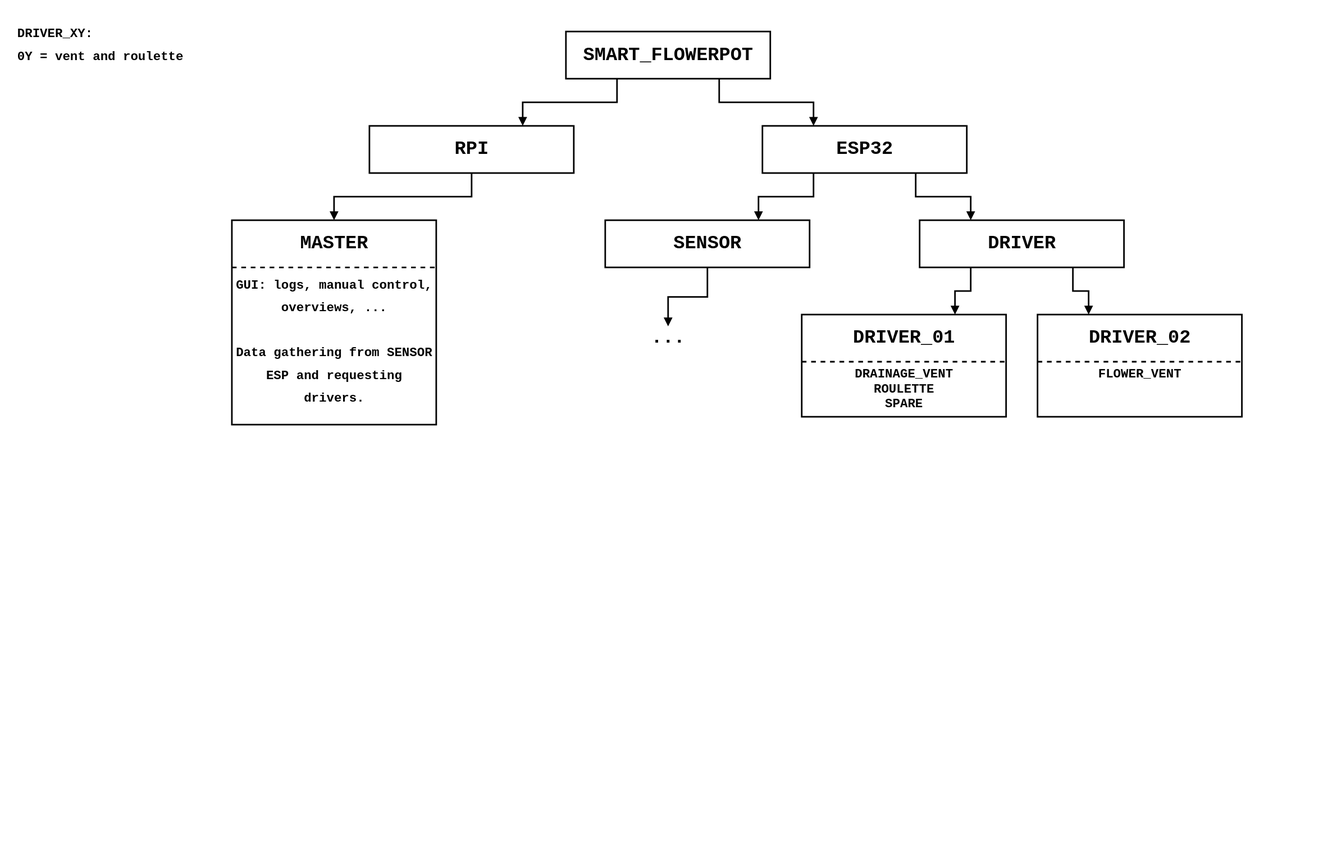
Above: docs/schematics/smartflowerpot_controllers_overview.drawio.svg in warezoid/smart_flowerpot (draw.io), before the change. Source tidied: cells renumbered, new cells last; positions are measured from the earlier drawing's top-left corner, leaving out a move shared by most shapes. The source it was exported from:
```xml
<mxGraphModel>
  <root>
    <mxCell id="0" />
    <mxCell id="1" parent="0" />
    <mxCell id="2" style="rounded=0;whiteSpace=wrap;html=1;fillColor=light-dark(#FFFFFF,#FFFFFF);strokeColor=none;" parent="1" vertex="1">
      <mxGeometry width="1700" height="1100" as="geometry" />
    </mxCell>
    <mxCell id="3" style="edgeStyle=orthogonalEdgeStyle;rounded=0;jettySize=auto;html=1;exitX=0.25;exitY=1;exitDx=0;exitDy=0;entryX=0.75;entryY=0;entryDx=0;entryDy=0;strokeColor=light-dark(#000000,#000000);strokeWidth=2;endArrow=block;endFill=1;" parent="1" edge="1" source="5" target="8">
      <mxGeometry relative="1" as="geometry" />
    </mxCell>
    <mxCell id="4" style="edgeStyle=orthogonalEdgeStyle;rounded=0;jettySize=auto;html=1;exitX=0.75;exitY=1;exitDx=0;exitDy=0;entryX=0.25;entryY=0;entryDx=0;entryDy=0;strokeColor=light-dark(#000000,#000000);strokeWidth=2;endArrow=block;endFill=1;" parent="1" edge="1" source="5" target="12">
      <mxGeometry relative="1" as="geometry" />
    </mxCell>
    <mxCell id="5" style="rounded=0;whiteSpace=wrap;html=1;fillColor=none;strokeColor=light-dark(#000000,#000000);strokeWidth=2;" parent="1" vertex="1">
      <mxGeometry x="720" y="40" width="260" height="60" as="geometry" />
    </mxCell>
    <mxCell id="6" value="SMART_FLOWERPOT" style="text;html=1;whiteSpace=wrap;strokeColor=none;fillColor=none;align=center;verticalAlign=middle;rounded=0;fontColor=light-dark(#000000,#000000);fontFamily=Courier New;fontSize=24;fontStyle=1;" parent="1" vertex="1">
      <mxGeometry x="735" y="55" width="230" height="30" as="geometry" />
    </mxCell>
    <mxCell id="7" style="edgeStyle=orthogonalEdgeStyle;rounded=0;jettySize=auto;html=1;exitX=0.5;exitY=1;exitDx=0;exitDy=0;entryX=0.5;entryY=0;entryDx=0;entryDy=0;endArrow=block;endFill=1;strokeWidth=2;strokeColor=light-dark(#000000,#000000);" parent="1" edge="1" source="8" target="14">
      <mxGeometry relative="1" as="geometry" />
    </mxCell>
    <mxCell id="8" style="rounded=0;whiteSpace=wrap;html=1;fillColor=none;strokeColor=light-dark(#000000,#000000);strokeWidth=2;" parent="1" vertex="1">
      <mxGeometry x="470" y="160" width="260" height="60" as="geometry" />
    </mxCell>
    <mxCell id="9" value="RPI" style="text;html=1;whiteSpace=wrap;strokeColor=none;fillColor=none;align=center;verticalAlign=middle;rounded=0;fontColor=light-dark(#000000,#000000);fontFamily=Courier New;fontSize=24;fontStyle=1;" parent="1" vertex="1">
      <mxGeometry x="485" y="175" width="230" height="30" as="geometry" />
    </mxCell>
    <mxCell id="10" style="edgeStyle=orthogonalEdgeStyle;rounded=0;jettySize=auto;html=1;exitX=0.25;exitY=1;exitDx=0;exitDy=0;entryX=0.75;entryY=0;entryDx=0;entryDy=0;strokeColor=light-dark(#000000,#000000);strokeWidth=2;endArrow=block;endFill=1;" parent="1" edge="1" source="12" target="19">
      <mxGeometry relative="1" as="geometry" />
    </mxCell>
    <mxCell id="11" style="edgeStyle=orthogonalEdgeStyle;rounded=0;jettySize=auto;html=1;exitX=0.75;exitY=1;exitDx=0;exitDy=0;entryX=0.25;entryY=0;entryDx=0;entryDy=0;strokeColor=light-dark(#000000,#000000);strokeWidth=2;endArrow=block;endFill=1;" parent="1" edge="1" source="12" target="23">
      <mxGeometry relative="1" as="geometry" />
    </mxCell>
    <mxCell id="12" style="rounded=0;whiteSpace=wrap;html=1;fillColor=none;strokeColor=light-dark(#000000,#000000);strokeWidth=2;" parent="1" vertex="1">
      <mxGeometry x="970" y="160" width="260" height="60" as="geometry" />
    </mxCell>
    <mxCell id="13" value="ESP32" style="text;html=1;whiteSpace=wrap;strokeColor=none;fillColor=none;align=center;verticalAlign=middle;rounded=0;fontColor=light-dark(#000000,#000000);fontFamily=Courier New;fontSize=24;fontStyle=1;" parent="1" vertex="1">
      <mxGeometry x="985" y="175" width="230" height="30" as="geometry" />
    </mxCell>
    <mxCell id="14" style="rounded=0;whiteSpace=wrap;html=1;fillColor=none;strokeColor=light-dark(#000000,#000000);strokeWidth=2;" parent="1" vertex="1">
      <mxGeometry x="295" y="280" width="260" height="260" as="geometry" />
    </mxCell>
    <mxCell id="15" value="MASTER" style="text;html=1;whiteSpace=wrap;strokeColor=none;fillColor=none;align=center;verticalAlign=middle;rounded=0;fontColor=light-dark(#000000,#000000);fontFamily=Courier New;fontSize=24;fontStyle=1;" parent="1" vertex="1">
      <mxGeometry x="310" y="295" width="230" height="30" as="geometry" />
    </mxCell>
    <mxCell id="16" value="&lt;div&gt;&lt;font style=&quot;font-size: 16px;&quot;&gt;GUI: logs, manual control, overviews, ...&lt;/font&gt;&lt;/div&gt;&lt;div&gt;&lt;font style=&quot;font-size: 16px;&quot;&gt;&lt;br&gt;&lt;/font&gt;&lt;/div&gt;&lt;div&gt;&lt;font style=&quot;font-size: 16px;&quot;&gt;Data gathering from SENSOR ESP and requesting drivers.&lt;/font&gt;&lt;/div&gt;" style="text;html=1;whiteSpace=wrap;strokeColor=none;fillColor=none;align=center;verticalAlign=top;rounded=0;fontColor=light-dark(#000000,#000000);fontFamily=Courier New;fontSize=24;fontStyle=1;" parent="1" vertex="1">
      <mxGeometry x="295" y="340" width="260" height="200" as="geometry" />
    </mxCell>
    <mxCell id="17" style="endArrow=none;html=1;rounded=0;entryX=1;entryY=0;entryDx=0;entryDy=0;exitX=0;exitY=0;exitDx=0;exitDy=0;strokeWidth=2;strokeColor=light-dark(#000000,#000000);dashed=1;" parent="1" edge="1" source="16" target="16">
      <mxGeometry relative="1" as="geometry" />
    </mxCell>
    <mxCell id="18" style="edgeStyle=orthogonalEdgeStyle;rounded=0;jettySize=auto;html=1;exitX=0.5;exitY=1;exitDx=0;exitDy=0;entryX=0.5;entryY=0;entryDx=0;entryDy=0;endArrow=block;endFill=1;strokeColor=light-dark(#000000,#000000);strokeWidth=2;" parent="1" edge="1" source="19" target="25">
      <mxGeometry relative="1" as="geometry" />
    </mxCell>
    <mxCell id="19" style="rounded=0;whiteSpace=wrap;html=1;fillColor=none;strokeColor=light-dark(#000000,#000000);strokeWidth=2;" parent="1" vertex="1">
      <mxGeometry x="770" y="280" width="260" height="60" as="geometry" />
    </mxCell>
    <mxCell id="20" value="SENSOR" style="text;html=1;whiteSpace=wrap;strokeColor=none;fillColor=none;align=center;verticalAlign=middle;rounded=0;fontColor=light-dark(#000000,#000000);fontFamily=Courier New;fontSize=24;fontStyle=1;" parent="1" vertex="1">
      <mxGeometry x="785" y="295" width="230" height="30" as="geometry" />
    </mxCell>
    <mxCell id="21" style="edgeStyle=orthogonalEdgeStyle;rounded=0;jettySize=auto;html=1;exitX=0.25;exitY=1;exitDx=0;exitDy=0;entryX=0.75;entryY=0;entryDx=0;entryDy=0;strokeColor=light-dark(#000000,#000000);strokeWidth=2;endArrow=block;endFill=1;" parent="1" edge="1" source="23" target="26">
      <mxGeometry relative="1" as="geometry" />
    </mxCell>
    <mxCell id="22" style="edgeStyle=orthogonalEdgeStyle;rounded=0;jettySize=auto;html=1;exitX=0.75;exitY=1;exitDx=0;exitDy=0;entryX=0.25;entryY=0;entryDx=0;entryDy=0;strokeWidth=2;strokeColor=light-dark(#000000,#000000);endArrow=block;endFill=1;" parent="1" edge="1" source="23" target="30">
      <mxGeometry relative="1" as="geometry" />
    </mxCell>
    <mxCell id="23" style="rounded=0;whiteSpace=wrap;html=1;fillColor=none;strokeColor=light-dark(#000000,#000000);strokeWidth=2;" parent="1" vertex="1">
      <mxGeometry x="1170" y="280" width="260" height="60" as="geometry" />
    </mxCell>
    <mxCell id="24" value="DRIVER" style="text;html=1;whiteSpace=wrap;strokeColor=none;fillColor=none;align=center;verticalAlign=middle;rounded=0;fontColor=light-dark(#000000,#000000);fontFamily=Courier New;fontSize=24;fontStyle=1;" parent="1" vertex="1">
      <mxGeometry x="1185" y="295" width="230" height="30" as="geometry" />
    </mxCell>
    <mxCell id="25" value="..." style="text;html=1;whiteSpace=wrap;strokeColor=none;fillColor=none;align=center;verticalAlign=middle;rounded=0;fontColor=light-dark(#000000,#000000);fontFamily=Courier New;fontSize=24;fontStyle=1;" parent="1" vertex="1">
      <mxGeometry x="735" y="415" width="230" height="30" as="geometry" />
    </mxCell>
    <mxCell id="26" style="rounded=0;whiteSpace=wrap;html=1;fillColor=none;strokeColor=light-dark(#000000,#000000);strokeWidth=2;" parent="1" vertex="1">
      <mxGeometry x="1020" y="400" width="260" height="130" as="geometry" />
    </mxCell>
    <mxCell id="27" value="DRIVER_01" style="text;html=1;whiteSpace=wrap;strokeColor=none;fillColor=none;align=center;verticalAlign=middle;rounded=0;fontColor=light-dark(#000000,#000000);fontFamily=Courier New;fontSize=24;fontStyle=1;" parent="1" vertex="1">
      <mxGeometry x="1035" y="415" width="230" height="30" as="geometry" />
    </mxCell>
    <mxCell id="28" value="&lt;div&gt;DRAINAGE_VENT&lt;/div&gt;&lt;div&gt;ROULETTE&lt;/div&gt;&lt;div&gt;SPARE&lt;/div&gt;" style="text;html=1;whiteSpace=wrap;strokeColor=none;fillColor=none;align=center;verticalAlign=top;rounded=0;fontColor=light-dark(#000000,#000000);fontFamily=Courier New;fontSize=16;fontStyle=1;" parent="1" vertex="1">
      <mxGeometry x="1020" y="460" width="260" height="70" as="geometry" />
    </mxCell>
    <mxCell id="29" style="endArrow=none;html=1;rounded=0;entryX=1;entryY=0;entryDx=0;entryDy=0;exitX=0;exitY=0;exitDx=0;exitDy=0;strokeWidth=2;strokeColor=light-dark(#000000,#000000);dashed=1;" parent="1" edge="1" source="28" target="28">
      <mxGeometry relative="1" as="geometry" />
    </mxCell>
    <mxCell id="30" style="rounded=0;whiteSpace=wrap;html=1;fillColor=none;strokeColor=light-dark(#000000,#000000);strokeWidth=2;" parent="1" vertex="1">
      <mxGeometry x="1320" y="400" width="260" height="130" as="geometry" />
    </mxCell>
    <mxCell id="31" value="DRIVER_02" style="text;html=1;whiteSpace=wrap;strokeColor=none;fillColor=none;align=center;verticalAlign=middle;rounded=0;fontColor=light-dark(#000000,#000000);fontFamily=Courier New;fontSize=24;fontStyle=1;" parent="1" vertex="1">
      <mxGeometry x="1335" y="415" width="230" height="30" as="geometry" />
    </mxCell>
    <mxCell id="32" value="&lt;div&gt;FLOWER_VENT&lt;/div&gt;" style="text;html=1;whiteSpace=wrap;strokeColor=none;fillColor=none;align=center;verticalAlign=top;rounded=0;fontColor=light-dark(#000000,#000000);fontFamily=Courier New;fontSize=16;fontStyle=1;" parent="1" vertex="1">
      <mxGeometry x="1320" y="460" width="260" height="70" as="geometry" />
    </mxCell>
    <mxCell id="33" style="endArrow=none;html=1;rounded=0;entryX=1;entryY=0;entryDx=0;entryDy=0;exitX=0;exitY=0;exitDx=0;exitDy=0;strokeWidth=2;strokeColor=light-dark(#000000,#000000);dashed=1;" parent="1" edge="1" source="32" target="32">
      <mxGeometry relative="1" as="geometry" />
    </mxCell>
    <mxCell id="34" value="&lt;div align=&quot;left&quot;&gt;&lt;font style=&quot;font-size: 16px;&quot;&gt;DRIVER_XY:&lt;/font&gt;&lt;/div&gt;&lt;div align=&quot;left&quot;&gt;&lt;font style=&quot;font-size: 16px;&quot;&gt;0Y = vent and roulette&lt;/font&gt;&lt;/div&gt;" style="text;html=1;whiteSpace=wrap;strokeColor=none;fillColor=none;align=left;verticalAlign=top;rounded=0;fontColor=light-dark(#000000,#000000);fontFamily=Courier New;fontSize=24;fontStyle=1;" parent="1" vertex="1">
      <mxGeometry x="20" y="20" width="420" height="200" as="geometry" />
    </mxCell>
  </root>
</mxGraphModel>
```
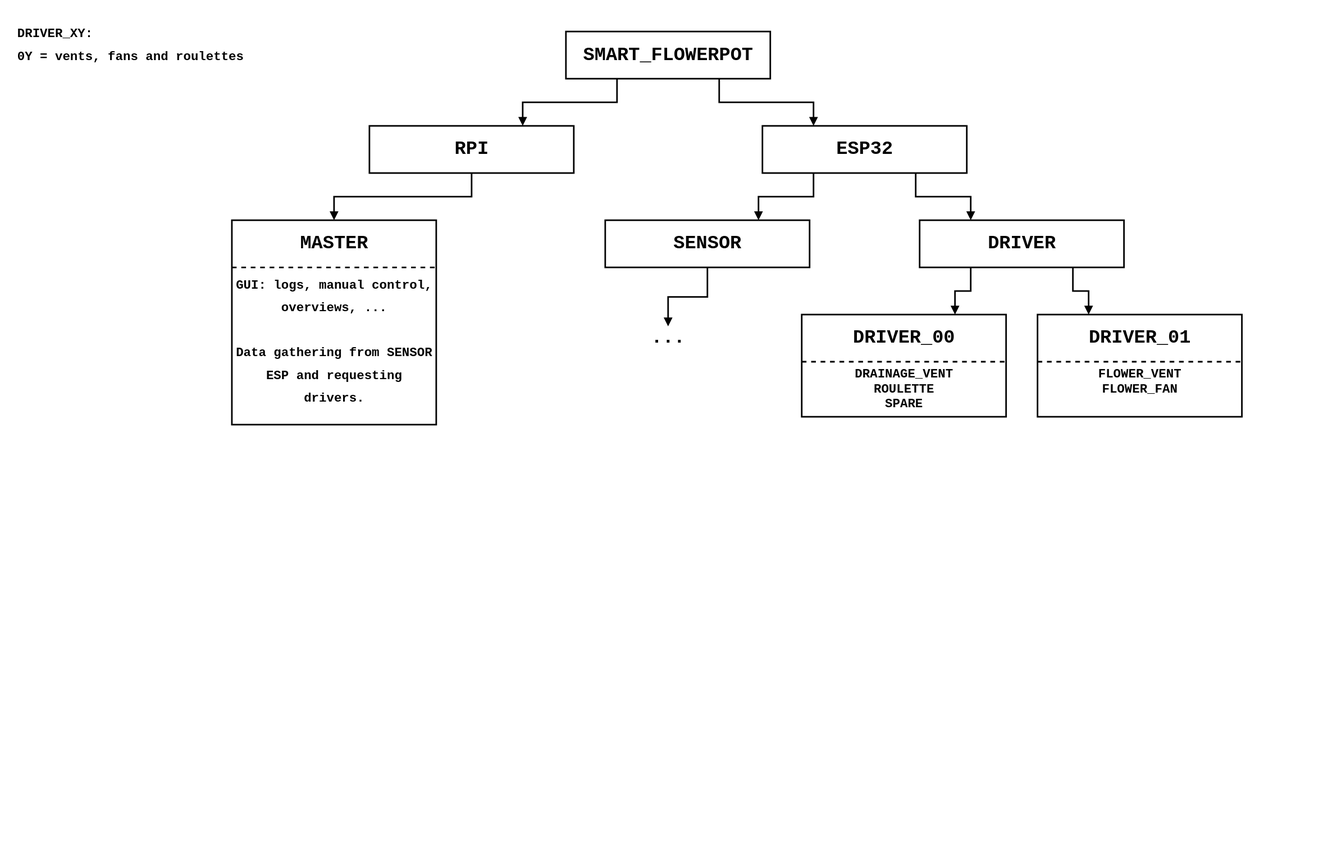
After the commit.

What changed in the source:
```diff
@@ -77,7 +77,7 @@
     <mxCell id="26" style="rounded=0;whiteSpace=wrap;html=1;fillColor=none;strokeColor=light-dark(#000000,#000000);strokeWidth=2;" parent="1" vertex="1">
       <mxGeometry x="1020" y="400" width="260" height="130" as="geometry" />
     </mxCell>
-    <mxCell id="27" value="DRIVER_01" style="text;html=1;whiteSpace=wrap;strokeColor=none;fillColor=none;align=center;verticalAlign=middle;rounded=0;fontColor=light-dark(#000000,#000000);fontFamily=Courier New;fontSize=24;fontStyle=1;" parent="1" vertex="1">
+    <mxCell id="27" value="DRIVER_00" style="text;html=1;whiteSpace=wrap;strokeColor=none;fillColor=none;align=center;verticalAlign=middle;rounded=0;fontColor=light-dark(#000000,#000000);fontFamily=Courier New;fontSize=24;fontStyle=1;" parent="1" vertex="1">
       <mxGeometry x="1035" y="415" width="230" height="30" as="geometry" />
     </mxCell>
     <mxCell id="28" value="&lt;div&gt;DRAINAGE_VENT&lt;/div&gt;&lt;div&gt;ROULETTE&lt;/div&gt;&lt;div&gt;SPARE&lt;/div&gt;" style="text;html=1;whiteSpace=wrap;strokeColor=none;fillColor=none;align=center;verticalAlign=top;rounded=0;fontColor=light-dark(#000000,#000000);fontFamily=Courier New;fontSize=16;fontStyle=1;" parent="1" vertex="1">
@@ -89,16 +89,16 @@
     <mxCell id="30" style="rounded=0;whiteSpace=wrap;html=1;fillColor=none;strokeColor=light-dark(#000000,#000000);strokeWidth=2;" parent="1" vertex="1">
       <mxGeometry x="1320" y="400" width="260" height="130" as="geometry" />
     </mxCell>
-    <mxCell id="31" value="DRIVER_02" style="text;html=1;whiteSpace=wrap;strokeColor=none;fillColor=none;align=center;verticalAlign=middle;rounded=0;fontColor=light-dark(#000000,#000000);fontFamily=Courier New;fontSize=24;fontStyle=1;" parent="1" vertex="1">
+    <mxCell id="31" value="DRIVER_01" style="text;html=1;whiteSpace=wrap;strokeColor=none;fillColor=none;align=center;verticalAlign=middle;rounded=0;fontColor=light-dark(#000000,#000000);fontFamily=Courier New;fontSize=24;fontStyle=1;" parent="1" vertex="1">
       <mxGeometry x="1335" y="415" width="230" height="30" as="geometry" />
     </mxCell>
-    <mxCell id="32" value="&lt;div&gt;FLOWER_VENT&lt;/div&gt;" style="text;html=1;whiteSpace=wrap;strokeColor=none;fillColor=none;align=center;verticalAlign=top;rounded=0;fontColor=light-dark(#000000,#000000);fontFamily=Courier New;fontSize=16;fontStyle=1;" parent="1" vertex="1">
+    <mxCell id="32" value="&lt;div&gt;FLOWER_VENT&lt;/div&gt;&lt;div&gt;FLOWER_FAN&lt;/div&gt;" style="text;html=1;whiteSpace=wrap;strokeColor=none;fillColor=none;align=center;verticalAlign=top;rounded=0;fontColor=light-dark(#000000,#000000);fontFamily=Courier New;fontSize=16;fontStyle=1;" parent="1" vertex="1">
       <mxGeometry x="1320" y="460" width="260" height="70" as="geometry" />
     </mxCell>
     <mxCell id="33" style="endArrow=none;html=1;rounded=0;entryX=1;entryY=0;entryDx=0;entryDy=0;exitX=0;exitY=0;exitDx=0;exitDy=0;strokeWidth=2;strokeColor=light-dark(#000000,#000000);dashed=1;" parent="1" edge="1" source="32" target="32">
       <mxGeometry relative="1" as="geometry" />
     </mxCell>
-    <mxCell id="34" value="&lt;div align=&quot;left&quot;&gt;&lt;font style=&quot;font-size: 16px;&quot;&gt;DRIVER_XY:&lt;/font&gt;&lt;/div&gt;&lt;div align=&quot;left&quot;&gt;&lt;font style=&quot;font-size: 16px;&quot;&gt;0Y = vent and roulette&lt;/font&gt;&lt;/div&gt;" style="text;html=1;whiteSpace=wrap;strokeColor=none;fillColor=none;align=left;verticalAlign=top;rounded=0;fontColor=light-dark(#000000,#000000);fontFamily=Courier New;fontSize=24;fontStyle=1;" parent="1" vertex="1">
+    <mxCell id="34" value="&lt;div align=&quot;left&quot;&gt;&lt;font style=&quot;font-size: 16px;&quot;&gt;DRIVER_XY:&lt;/font&gt;&lt;/div&gt;&lt;div align=&quot;left&quot;&gt;&lt;font style=&quot;font-size: 16px;&quot;&gt;0Y = vents, fans and roulettes&lt;/font&gt;&lt;/div&gt;" style="text;html=1;whiteSpace=wrap;strokeColor=none;fillColor=none;align=left;verticalAlign=top;rounded=0;fontColor=light-dark(#000000,#000000);fontFamily=Courier New;fontSize=24;fontStyle=1;" parent="1" vertex="1">
       <mxGeometry x="20" y="20" width="420" height="200" as="geometry" />
     </mxCell>
   </root>
```
